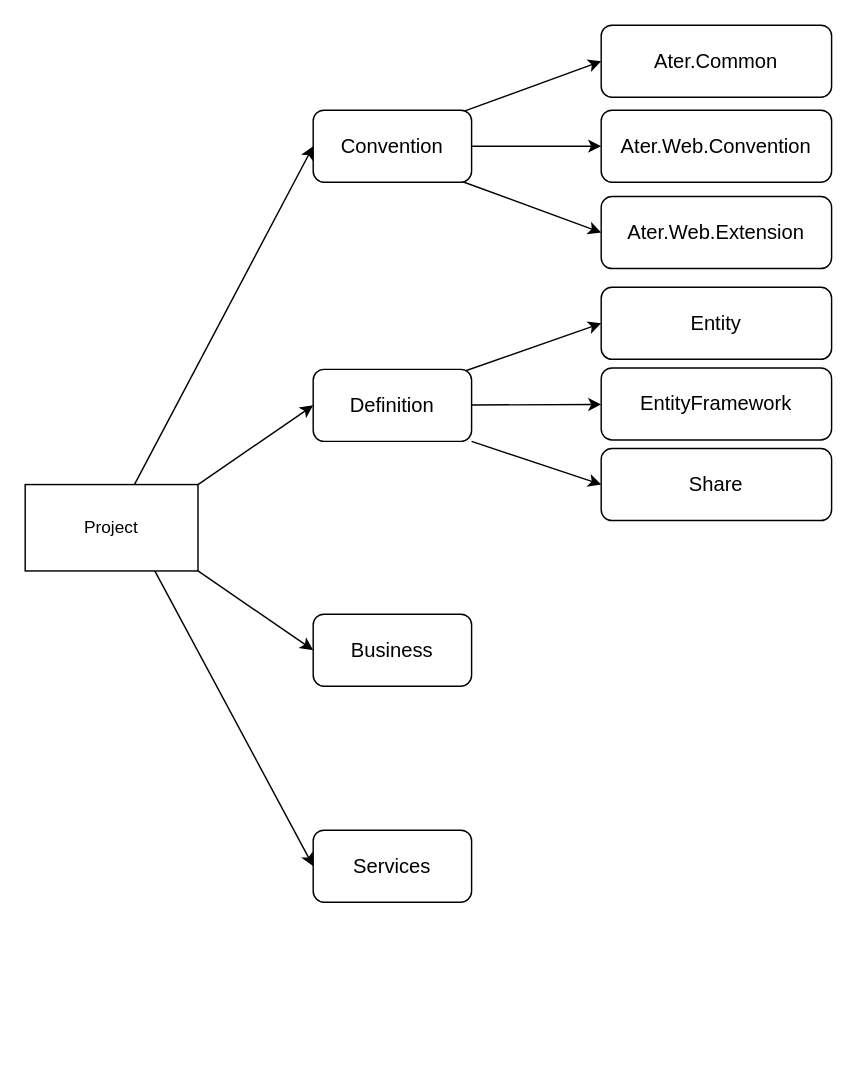
niltor/EasyBlog keeps this draw.io diagram as Content/docs/Ater.Dry/zh-cn/10.0/structure.dio. Above is the earlier version. Source tidied: cells renumbered, new cells numbered last; positions are measured from the earlier drawing's top-left corner, leaving out a move shared by most shapes. Both pictures are drawn from the tidied source at 144%, with x=0, y=0 at pixel (24, 24).
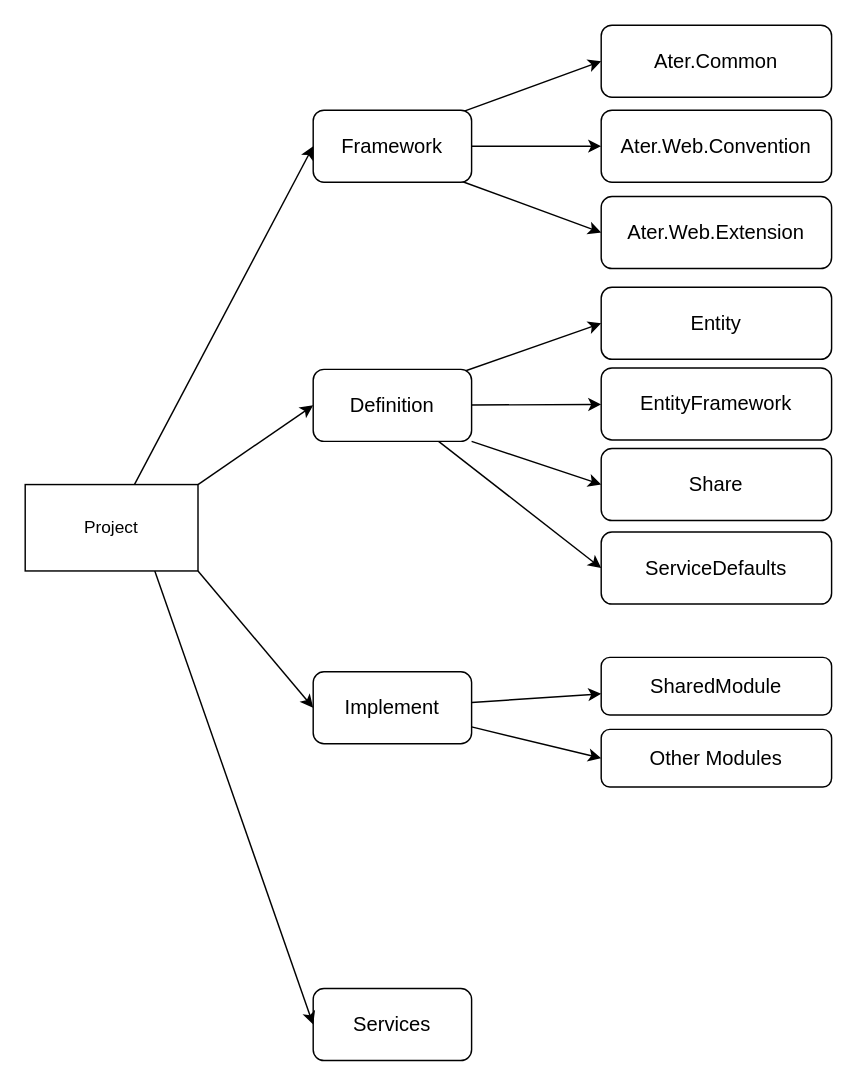
Above is the later version.

The change refers to these unchanged cells:
```xml
<mxCell id="5" value="Definition" style="rounded=1;whiteSpace=wrap;html=1;fontSize=14;" parent="1" vertex="1">
  <mxGeometry x="200" y="239" width="110" height="50" as="geometry" />
</mxCell>
```

Change to the diagram source:
```diff
@@
+    <mxCell id="23" style="edgeStyle=none;html=1;entryX=0;entryY=0.5;entryDx=0;entryDy=0;" parent="1" edge="1" source="5" target="26">
+      <mxGeometry relative="1" as="geometry" />
+    </mxCell>
@@
-    <mxCell id="9" value="Convention" style="rounded=1;whiteSpace=wrap;html=1;fontSize=14;" parent="1" vertex="1">
+    <mxCell id="9" value="Framework" style="rounded=1;whiteSpace=wrap;html=1;fontSize=14;" parent="1" vertex="1">
       <mxGeometry x="200" y="59" width="110" height="50" as="geometry" />
     </mxCell>
+    <mxCell id="24" style="edgeStyle=none;html=1;" parent="1" edge="1" source="10" target="27">
+      <mxGeometry relative="1" as="geometry" />
+    </mxCell>
+    <mxCell id="25" style="edgeStyle=none;html=1;entryX=0;entryY=0.5;entryDx=0;entryDy=0;" parent="1" edge="1" source="10" target="28">
+      <mxGeometry relative="1" as="geometry" />
+    </mxCell>
-    <mxCell id="10" value="Business" style="rounded=1;whiteSpace=wrap;html=1;fontSize=14;" parent="1" vertex="1">
-      <mxGeometry x="200" y="409" width="110" height="50" as="geometry" />
+    <mxCell id="10" value="Implement" style="rounded=1;whiteSpace=wrap;html=1;fontSize=14;" parent="1" vertex="1">
+      <mxGeometry x="200" y="449" width="110" height="50" as="geometry" />
     </mxCell>
     <mxCell id="11" value="Services" style="rounded=1;whiteSpace=wrap;html=1;fontSize=14;" parent="1" vertex="1">
-      <mxGeometry x="200" y="559" width="110" height="50" as="geometry" />
+      <mxGeometry x="200" y="669" width="110" height="50" as="geometry" />
     </mxCell>
@@
+    <mxCell id="26" value="ServiceDefaults" style="rounded=1;whiteSpace=wrap;html=1;fontSize=14;" parent="1" vertex="1">
+      <mxGeometry x="400" y="352" width="160" height="50" as="geometry" />
+    </mxCell>
+    <mxCell id="27" value="SharedModule" style="whiteSpace=wrap;html=1;fontSize=14;rounded=1;" parent="1" vertex="1">
+      <mxGeometry x="400" y="439" width="160" height="40" as="geometry" />
+    </mxCell>
+    <mxCell id="28" value="Other Modules" style="whiteSpace=wrap;html=1;fontSize=14;rounded=1;" parent="1" vertex="1">
+      <mxGeometry x="400" y="489" width="160" height="40" as="geometry" />
+    </mxCell>
```
